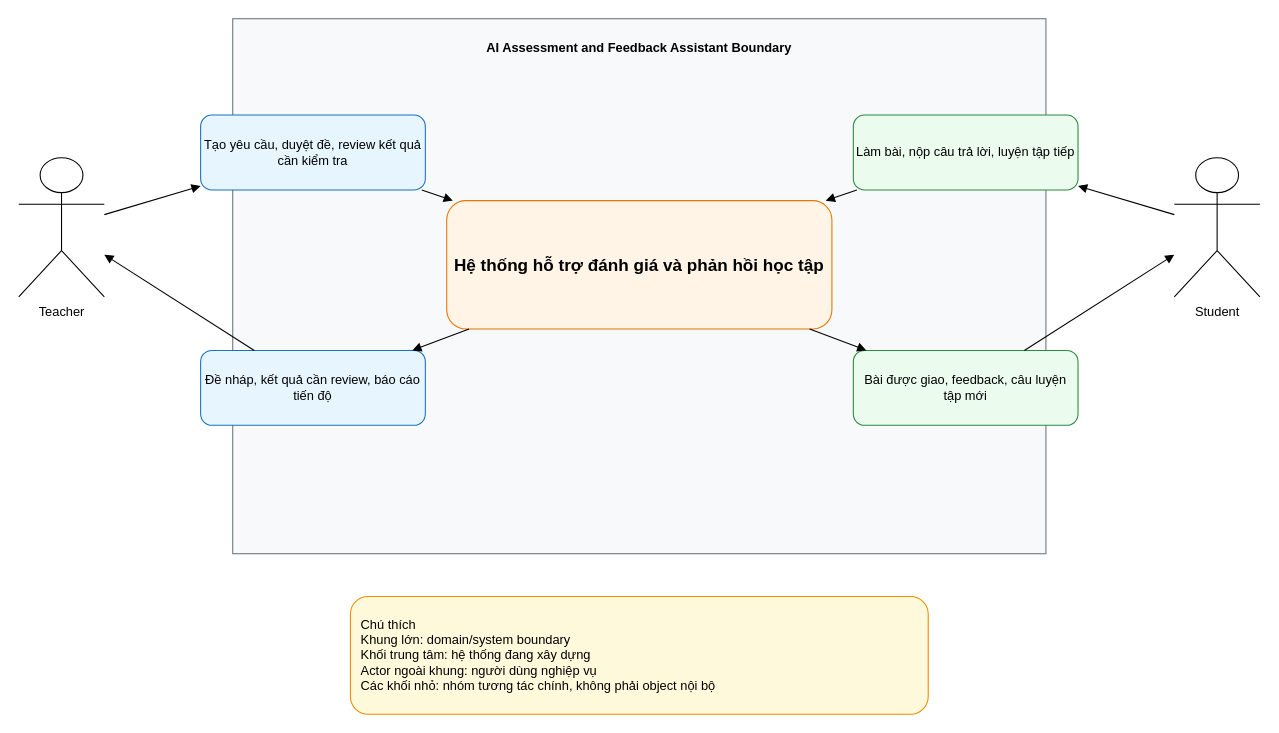
Earlier version of the draw.io diagram docs/diagrams/domain-context.drawio (biabeogo147/AI-Assessment-and-Feedback-Assistant). Source tidied: cells renumbered, new cells numbered last; positions are measured from the earlier drawing's top-left corner, leaving out a move shared by most shapes. Both pictures are drawn from the tidied source at 107%, with x=0, y=0 at pixel (18, 18).
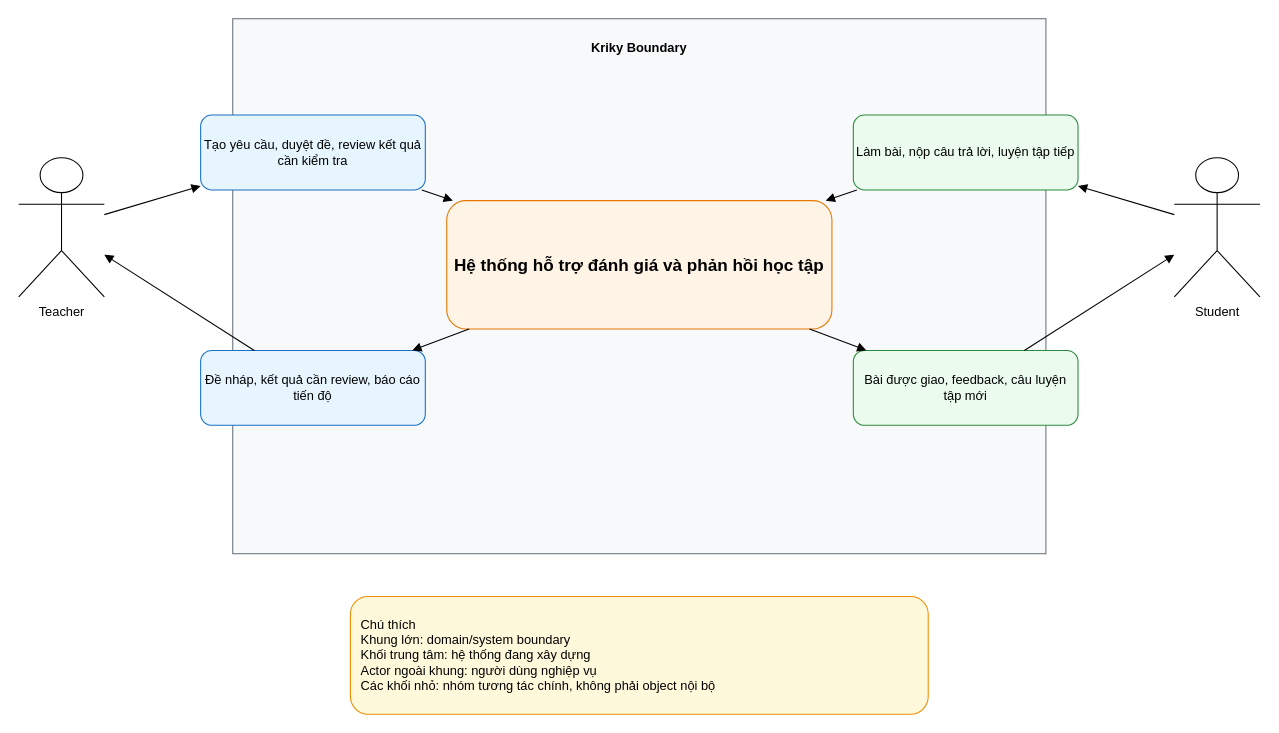
After the change.

Commit message (it also covers changes not shown here):
docs: rename the product to Kriky in the diagrams

The three diagrams still carried the old working title. Only the display
name changes; the repo directory, conda env, Redis container and queue
prefix keep `aiafa` on purpose, and README now says why.

Claude-Session: https://claude.ai/code/session_01A7qGcikNoKNf7oh5yrjbf2

Diff of the diagram source:
```diff
@@
 <mxGraphModel>
   <root>
     <mxCell id="0" />
     <mxCell id="1" parent="0" />
-    <mxCell id="2" value="AI Assessment and Feedback Assistant Boundary" style="rounded=0;whiteSpace=wrap;html=1;fillColor=#f8f9fa;strokeColor=#6c757d;fontStyle=1;verticalAlign=top;spacingTop=14;" parent="1" vertex="1">
+    <mxCell id="2" value="Kriky Boundary" style="rounded=0;whiteSpace=wrap;html=1;fillColor=#f8f9fa;strokeColor=#6c757d;fontStyle=1;verticalAlign=top;spacingTop=14;" parent="1" vertex="1">
       <mxGeometry x="200" width="760" height="500" as="geometry" />
     </mxCell>
     <mxCell id="3" value="Hệ thống hỗ trợ đánh giá và phản hồi học tập" style="rounded=1;whiteSpace=wrap;html=1;fillColor=#fff4e6;strokeColor=#e67700;fontStyle=1;fontSize=16;" parent="1" vertex="1">
       <mxGeometry x="400" y="170" width="360" height="120" as="geometry" />
     </mxCell>
     <mxCell id="4" value="Teacher" style="shape=umlActor;verticalLabelPosition=bottom;verticalAlign=top;html=1;outlineConnect=0;" parent="1" vertex="1">
       <mxGeometry y="130" width="80" height="130" as="geometry" />
     </mxCell>
     <mxCell id="5" value="Student" style="shape=umlActor;verticalLabelPosition=bottom;verticalAlign=top;html=1;outlineConnect=0;" parent="1" vertex="1">
       <mxGeometry x="1080" y="130" width="80" height="130" as="geometry" />
     </mxCell>
     <mxCell id="6" value="Tạo yêu cầu, duyệt đề, review kết quả cần kiểm tra" style="rounded=1;whiteSpace=wrap;html=1;fillColor=#e7f5ff;strokeColor=#1971c2;" parent="1" vertex="1">
       <mxGeometry x="170" y="90" width="210" height="70" as="geometry" />
     </mxCell>
     <mxCell id="7" value="Đề nháp, kết quả cần review, báo cáo tiến độ" style="rounded=1;whiteSpace=wrap;html=1;fillColor=#e7f5ff;strokeColor=#1971c2;" parent="1" vertex="1">
       <mxGeometry x="170" y="310" width="210" height="70" as="geometry" />
     </mxCell>
     <mxCell id="8" value="Làm bài, nộp câu trả lời, luyện tập tiếp" style="rounded=1;whiteSpace=wrap;html=1;fillColor=#ebfbee;strokeColor=#2b8a3e;" parent="1" vertex="1">
       <mxGeometry x="780" y="90" width="210" height="70" as="geometry" />
     </mxCell>
     <mxCell id="9" value="Bài được giao, feedback, câu luyện tập mới" style="rounded=1;whiteSpace=wrap;html=1;fillColor=#ebfbee;strokeColor=#2b8a3e;" parent="1" vertex="1">
       <mxGeometry x="780" y="310" width="210" height="70" as="geometry" />
     </mxCell>
     <mxCell id="10" value="Chú thích&#10;Khung lớn: domain/system boundary&#10;Khối trung tâm: hệ thống đang xây dựng&#10;Actor ngoài khung: người dùng nghiệp vụ&#10;Các khối nhỏ: nhóm tương tác chính, không phải object nội bộ" style="rounded=1;whiteSpace=wrap;html=1;fillColor=#fff9db;strokeColor=#f08c00;align=left;spacing=10;" parent="1" vertex="1">
       <mxGeometry x="310" y="540" width="540" height="110" as="geometry" />
     </mxCell>
     <mxCell id="11" style="endArrow=block;html=1;rounded=0;" parent="1" edge="1" source="4" target="6">
       <mxGeometry relative="1" as="geometry" />
     </mxCell>
     <mxCell id="12" style="endArrow=block;html=1;rounded=0;" parent="1" edge="1" source="6" target="3">
       <mxGeometry relative="1" as="geometry" />
     </mxCell>
     <mxCell id="13" style="endArrow=block;html=1;rounded=0;" parent="1" edge="1" source="3" target="7">
       <mxGeometry relative="1" as="geometry" />
     </mxCell>
     <mxCell id="14" style="endArrow=block;html=1;rounded=0;" parent="1" edge="1" source="7" target="4">
       <mxGeometry relative="1" as="geometry" />
     </mxCell>
     <mxCell id="15" style="endArrow=block;html=1;rounded=0;" parent="1" edge="1" source="5" target="8">
       <mxGeometry relative="1" as="geometry" />
     </mxCell>
     <mxCell id="16" style="endArrow=block;html=1;rounded=0;" parent="1" edge="1" source="8" target="3">
       <mxGeometry relative="1" as="geometry" />
     </mxCell>
     <mxCell id="17" style="endArrow=block;html=1;rounded=0;" parent="1" edge="1" source="3" target="9">
       <mxGeometry relative="1" as="geometry" />
     </mxCell>
     <mxCell id="18" style="endArrow=block;html=1;rounded=0;" parent="1" edge="1" source="9" target="5">
       <mxGeometry relative="1" as="geometry" />
     </mxCell>
   </root>
 </mxGraphModel>
```
